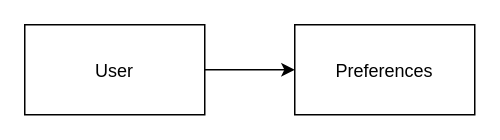
Earlier version of the draw.io diagram docs/microservices/user-service/erd.drawio (Defi-Oracle-Tooling/SolaceNet_Monorepo). Source tidied: cells renumbered, new cells numbered last; positions are measured from the earlier drawing's top-left corner, leaving out a move shared by most shapes. Both pictures are drawn from the tidied source at 150%, with x=0, y=0 at pixel (24, 24).
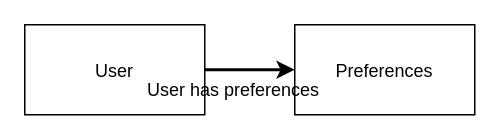
After the change.

What changed in the source:
```diff
@@
 <mxGraphModel>
   <root>
     <mxCell id="0" />
     <mxCell id="1" parent="0" />
     <mxCell id="2" value="User" style="shape=rectangle;" parent="1" vertex="1">
       <mxGeometry width="120" height="60" as="geometry" />
     </mxCell>
     <mxCell id="3" value="Preferences" style="shape=rectangle;" parent="1" vertex="1">
       <mxGeometry x="180" width="120" height="60" as="geometry" />
     </mxCell>
-    <mxCell id="4" parent="1" edge="1" source="2" target="3">
+    <mxCell id="4" style="edgeStyle=orthogonalEdgeStyle;rounded=1;strokeColor=#000000;strokeWidth=2;" parent="1" edge="1" source="2" target="3">
       <mxGeometry relative="1" as="geometry" />
     </mxCell>
+    <mxCell id="5" value="User has preferences" style="text;strokeColor=none;fillColor=none;fontSize=12;" parent="1" vertex="1">
+      <mxGeometry x="80" y="30" width="150" height="20" as="geometry" />
+    </mxCell>
   </root>
 </mxGraphModel>
```
